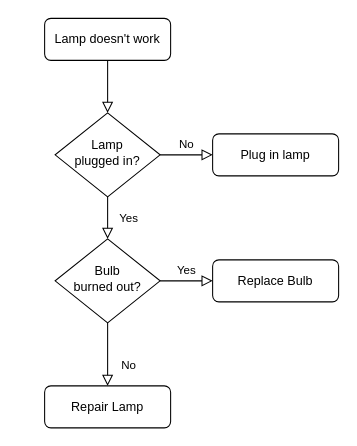
The draw.io diagram Doğum ili.drawio in magius007/p136-Mahammad, before the edit. Source tidied: cells renumbered, new cells numbered last; positions are measured from the earlier drawing's top-left corner, leaving out a move shared by most shapes. Both pictures are drawn from the tidied source at 105%, with x=0, y=0 at pixel (44, 18).
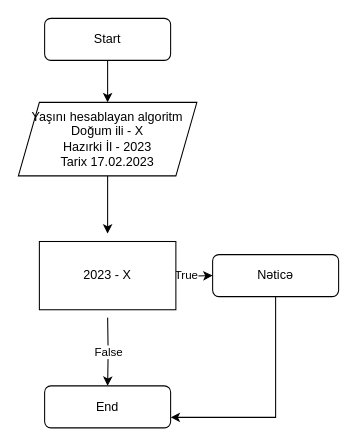
Above is the later version.

What changed in the source:
```diff
@@
 <mxGraphModel>
   <root>
     <mxCell id="0" />
     <mxCell id="1" parent="0" />
-    <mxCell id="2" style="rounded=0;html=1;jettySize=auto;fontSize=11;endArrow=block;endFill=0;endSize=8;strokeWidth=1;shadow=0;labelBackgroundColor=none;edgeStyle=orthogonalEdgeStyle;" parent="1" edge="1" source="3" target="6">
-      <mxGeometry relative="1" as="geometry" />
-    </mxCell>
+    <mxCell id="13" style="edgeStyle=orthogonalEdgeStyle;rounded=0;jettySize=auto;html=1;" parent="1" edge="1" source="3" target="18">
+      <mxGeometry relative="1" as="geometry" />
+    </mxCell>
-    <mxCell id="3" value="Lamp doesn't work" style="rounded=1;whiteSpace=wrap;html=1;fontSize=12;glass=0;strokeWidth=1;shadow=0;" parent="1" vertex="1">
+    <mxCell id="3" value="Start" style="rounded=1;whiteSpace=wrap;html=1;fontSize=12;glass=0;strokeWidth=1;shadow=0;" parent="1" vertex="1">
       <mxGeometry width="120" height="40" as="geometry" />
     </mxCell>
-    <mxCell id="4" value="Yes" style="rounded=0;html=1;jettySize=auto;fontSize=11;endArrow=block;endFill=0;endSize=8;strokeWidth=1;shadow=0;labelBackgroundColor=none;edgeStyle=orthogonalEdgeStyle;" parent="1" edge="1" source="6" target="10">
-      <mxGeometry y="20" relative="1" as="geometry" />
-    </mxCell>
-    <mxCell id="5" value="No" style="edgeStyle=orthogonalEdgeStyle;rounded=0;html=1;jettySize=auto;fontSize=11;endArrow=block;endFill=0;endSize=8;strokeWidth=1;shadow=0;labelBackgroundColor=none;" parent="1" edge="1" source="6" target="7">
-      <mxGeometry y="10" relative="1" as="geometry" />
-    </mxCell>
-    <mxCell id="6" value="Lamp&lt;br&gt;plugged in?" style="rhombus;whiteSpace=wrap;html=1;shadow=0;fontFamily=Helvetica;fontSize=12;align=center;strokeWidth=1;spacing=6;spacingTop=-4;" parent="1" vertex="1">
-      <mxGeometry x="10" y="90" width="100" height="80" as="geometry" />
-    </mxCell>
+    <mxCell id="14" value="False" style="edgeStyle=orthogonalEdgeStyle;rounded=0;jettySize=auto;html=1;" parent="1" edge="1" target="11">
+      <mxGeometry relative="1" as="geometry">
+        <mxPoint x="60" y="285" as="sourcePoint" />
+      </mxGeometry>
+    </mxCell>
+    <mxCell id="15" value="True" style="edgeStyle=orthogonalEdgeStyle;rounded=0;jettySize=auto;html=1;" parent="1" edge="1" target="7">
+      <mxGeometry relative="1" as="geometry">
+        <mxPoint x="110" y="245" as="sourcePoint" />
+      </mxGeometry>
+    </mxCell>
+    <mxCell id="16" style="edgeStyle=orthogonalEdgeStyle;rounded=0;jettySize=auto;html=1;entryX=1;entryY=0.75;entryDx=0;entryDy=0;" parent="1" edge="1" source="7" target="11">
+      <mxGeometry relative="1" as="geometry">
+        <Array as="points">
+          <mxPoint x="220" y="380" />
+        </Array>
+      </mxGeometry>
+    </mxCell>
-    <mxCell id="7" value="Plug in lamp" style="rounded=1;whiteSpace=wrap;html=1;fontSize=12;glass=0;strokeWidth=1;shadow=0;" parent="1" vertex="1">
-      <mxGeometry x="160" y="110" width="120" height="40" as="geometry" />
+    <mxCell id="7" value="Nəticə&lt;br&gt;" style="rounded=1;whiteSpace=wrap;html=1;fontSize=12;glass=0;strokeWidth=1;shadow=0;" parent="1" vertex="1">
+      <mxGeometry x="160" y="225" width="120" height="40" as="geometry" />
     </mxCell>
-    <mxCell id="8" value="No" style="rounded=0;html=1;jettySize=auto;fontSize=11;endArrow=block;endFill=0;endSize=8;strokeWidth=1;shadow=0;labelBackgroundColor=none;edgeStyle=orthogonalEdgeStyle;" parent="1" edge="1" source="10" target="11">
-      <mxGeometry x="0.33" y="20" relative="1" as="geometry" />
-    </mxCell>
-    <mxCell id="9" value="Yes" style="edgeStyle=orthogonalEdgeStyle;rounded=0;html=1;jettySize=auto;fontSize=11;endArrow=block;endFill=0;endSize=8;strokeWidth=1;shadow=0;labelBackgroundColor=none;" parent="1" edge="1" source="10" target="12">
-      <mxGeometry y="10" relative="1" as="geometry" />
-    </mxCell>
-    <mxCell id="10" value="Bulb&lt;br&gt;burned out?" style="rhombus;whiteSpace=wrap;html=1;shadow=0;fontFamily=Helvetica;fontSize=12;align=center;strokeWidth=1;spacing=6;spacingTop=-4;" parent="1" vertex="1">
-      <mxGeometry x="10" y="210" width="100" height="80" as="geometry" />
-    </mxCell>
-    <mxCell id="11" value="Repair Lamp" style="rounded=1;whiteSpace=wrap;html=1;fontSize=12;glass=0;strokeWidth=1;shadow=0;" parent="1" vertex="1">
+    <mxCell id="11" value="End" style="rounded=1;whiteSpace=wrap;html=1;fontSize=12;glass=0;strokeWidth=1;shadow=0;" parent="1" vertex="1">
       <mxGeometry y="350" width="120" height="40" as="geometry" />
     </mxCell>
-    <mxCell id="12" value="Replace Bulb" style="rounded=1;whiteSpace=wrap;html=1;fontSize=12;glass=0;strokeWidth=1;shadow=0;" parent="1" vertex="1">
-      <mxGeometry x="160" y="230" width="120" height="40" as="geometry" />
-    </mxCell>
+    <mxCell id="17" style="edgeStyle=orthogonalEdgeStyle;rounded=0;jettySize=auto;html=1;" parent="1" edge="1" source="18">
+      <mxGeometry relative="1" as="geometry">
+        <mxPoint x="60" y="205" as="targetPoint" />
+      </mxGeometry>
+    </mxCell>
+    <mxCell id="18" value="Yaşını hesablayan algoritm&lt;br&gt;Doğum ili - X&lt;br&gt;Hazırki İl - 2023&lt;br&gt;Tarix 17.02.2023&lt;br&gt;" style="shape=parallelogram;perimeter=parallelogramPerimeter;whiteSpace=wrap;html=1;fixedSize=1;" parent="1" vertex="1">
+      <mxGeometry x="-25" y="80" width="170" height="70" as="geometry" />
+    </mxCell>
+    <mxCell id="19" value="2023 - X" style="rounded=0;whiteSpace=wrap;html=1;" parent="1" vertex="1">
+      <mxGeometry x="-5" y="212.5" width="130" height="65" as="geometry" />
+    </mxCell>
   </root>
 </mxGraphModel>
```
